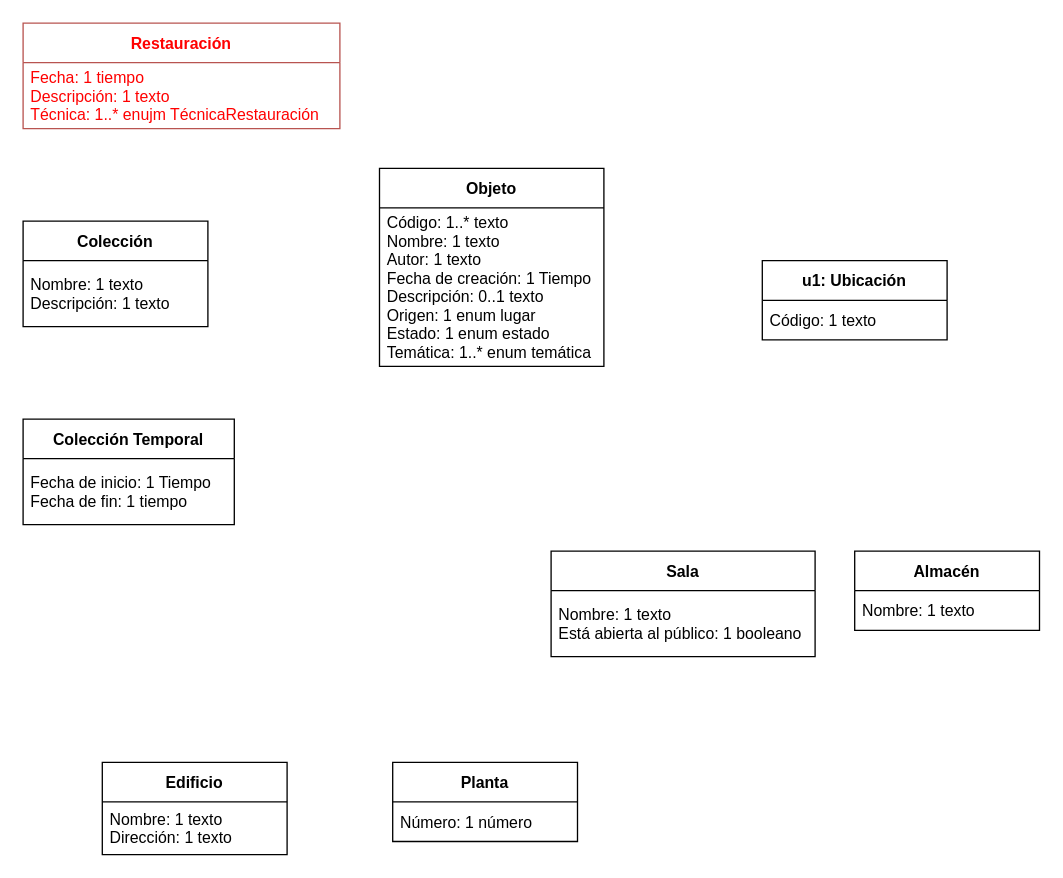
The draw.io diagram Ejercicio 19.drawio in ESTHERRODRIGUEZGARCIA/TrabajoGrupal1-EDA, before the edit. Source tidied: cells renumbered, new cells numbered last; positions are measured from the earlier drawing's top-left corner, leaving out a move shared by most shapes. Both pictures are drawn from the tidied source at 132%, with x=0, y=0 at pixel (22, 22).
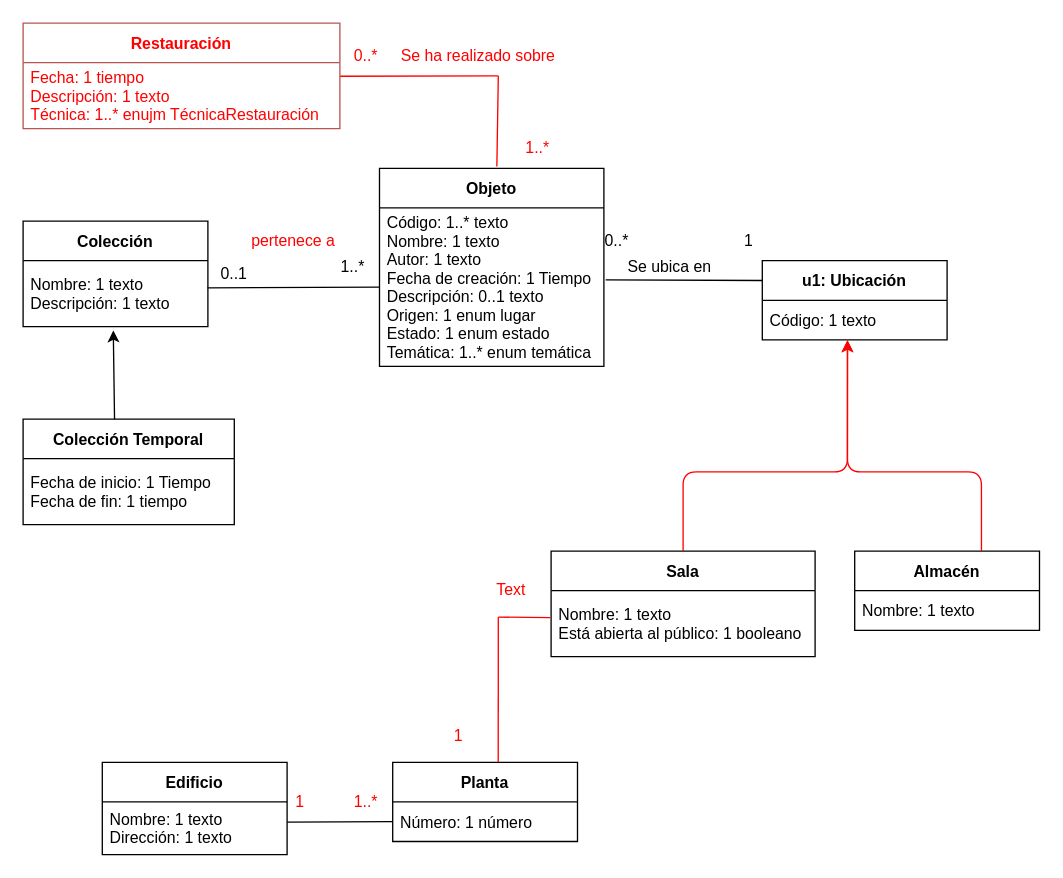
The same diagram, later.

Unchanged cells that the change refers to:
```xml
<mxCell id="3" value="Fecha: 1 tiempo&#10;Descripción: 1 texto&#10;Técnica: 1..* enujm TécnicaRestauración" style="text;strokeColor=none;fillColor=none;align=left;verticalAlign=middle;spacingLeft=4;spacingRight=4;overflow=hidden;points=[[0,0.5],[1,0.5]];portConstraint=eastwest;fontColor=#FF0000;" parent="2" vertex="1">
  <mxGeometry y="30" width="240" height="50" as="geometry" />
</mxCell>
<mxCell id="4" value="Objeto" style="swimlane;fontStyle=1;horizontal=1;startSize=30;fillColor=none;" parent="1" vertex="1">
  <mxGeometry x="270" y="110" width="170" height="150" as="geometry" />
</mxCell>
<mxCell id="5" value="Código: 1..* texto&#10;Nombre: 1 texto&#10;Autor: 1 texto&#10;Fecha de creación: 1 Tiempo&#10;Descripción: 0..1 texto&#10;Origen: 1 enum lugar&#10;Estado: 1 enum estado&#10;Temática: 1..* enum temática" style="text;strokeColor=none;fillColor=none;align=left;verticalAlign=middle;spacingLeft=4;spacingRight=4;overflow=hidden;points=[[0,0.5],[1,0.5]];portConstraint=eastwest;fontColor=#000000;" parent="4" vertex="1">
  <mxGeometry y="30" width="170" height="120" as="geometry" />
</mxCell>
<mxCell id="6" value="u1: Ubicación" style="swimlane;fontStyle=1;horizontal=1;startSize=30;fillColor=none;" parent="1" vertex="1">
  <mxGeometry x="560" y="180" width="140" height="60" as="geometry" />
</mxCell>
<mxCell id="7" value="Código: 1 texto" style="text;strokeColor=none;fillColor=none;align=left;verticalAlign=middle;spacingLeft=4;spacingRight=4;overflow=hidden;points=[[0,0.5],[1,0.5]];portConstraint=eastwest;" parent="6" vertex="1">
  <mxGeometry y="30" width="140" height="30" as="geometry" />
</mxCell>
<mxCell id="8" value="Almacén" style="swimlane;fontStyle=1;horizontal=1;startSize=30;fillColor=none;" parent="1" vertex="1">
  <mxGeometry x="630" y="400" width="140" height="60" as="geometry" />
</mxCell>
<mxCell id="10" value="Sala" style="swimlane;fontStyle=1;horizontal=1;startSize=30;fillColor=none;" parent="1" vertex="1">
  <mxGeometry x="400" y="400" width="200" height="80" as="geometry" />
</mxCell>
<mxCell id="11" value="Nombre: 1 texto&#10;Está abierta al público: 1 booleano" style="text;strokeColor=none;fillColor=none;align=left;verticalAlign=middle;spacingLeft=4;spacingRight=4;overflow=hidden;points=[[0,0.5],[1,0.5]];portConstraint=eastwest;" parent="10" vertex="1">
  <mxGeometry y="30" width="200" height="50" as="geometry" />
</mxCell>
<mxCell id="12" value="Planta" style="swimlane;fontStyle=1;horizontal=1;startSize=30;fillColor=none;" parent="1" vertex="1">
  <mxGeometry x="280" y="560" width="140" height="60" as="geometry" />
</mxCell>
<mxCell id="13" value="Número: 1 número" style="text;strokeColor=none;fillColor=none;align=left;verticalAlign=middle;spacingLeft=4;spacingRight=4;overflow=hidden;points=[[0,0.5],[1,0.5]];portConstraint=eastwest;" parent="12" vertex="1">
  <mxGeometry y="30" width="140" height="30" as="geometry" />
</mxCell>
<mxCell id="15" value="Nombre: 1 texto&#10;Descripción: 1 texto" style="text;strokeColor=none;fillColor=none;align=left;verticalAlign=middle;spacingLeft=4;spacingRight=4;overflow=hidden;points=[[0,0.5],[1,0.5]];portConstraint=eastwest;" parent="14" vertex="1">
  <mxGeometry y="30" width="140" height="50" as="geometry" />
</mxCell>
<mxCell id="16" value="Colección Temporal" style="swimlane;fontStyle=1;horizontal=1;startSize=30;fillColor=none;" parent="1" vertex="1">
  <mxGeometry y="300" width="160" height="80" as="geometry" />
</mxCell>
<mxCell id="19" value="Nombre: 1 texto&#10;Dirección: 1 texto" style="text;strokeColor=none;fillColor=none;align=left;verticalAlign=middle;spacingLeft=4;spacingRight=4;overflow=hidden;points=[[0,0.5],[1,0.5]];portConstraint=eastwest;" parent="18" vertex="1">
  <mxGeometry y="30" width="140" height="40" as="geometry" />
</mxCell>
```

The edit, as a diff of the source:
```diff
@@
+    <mxCell id="20" style="endArrow=none;html=1;fontColor=#000000;strokeColor=#FF0000;exitX=1.001;exitY=0.205;exitDx=0;exitDy=0;exitPerimeter=0;" parent="1" edge="1" source="3">
+      <mxGeometry relative="1" as="geometry">
+        <mxPoint x="360" y="40" as="targetPoint" />
+      </mxGeometry>
+    </mxCell>
+    <mxCell id="21" style="endArrow=none;html=1;fontColor=#000000;strokeColor=#FF0000;exitX=0.523;exitY=-0.009;exitDx=0;exitDy=0;exitPerimeter=0;" parent="1" edge="1" source="4">
+      <mxGeometry relative="1" as="geometry">
+        <mxPoint x="360" y="40" as="targetPoint" />
+      </mxGeometry>
+    </mxCell>
+    <mxCell id="22" style="endArrow=none;html=1;fontColor=#000000;strokeColor=#FF0000;exitX=0.571;exitY=-0.005;exitDx=0;exitDy=0;exitPerimeter=0;" parent="1" edge="1" source="12">
+      <mxGeometry relative="1" as="geometry">
+        <mxPoint x="360" y="450" as="targetPoint" />
+      </mxGeometry>
+    </mxCell>
+    <mxCell id="23" style="endArrow=none;html=1;fontColor=#000000;strokeColor=#FF0000;entryX=-0.004;entryY=0.409;entryDx=0;entryDy=0;entryPerimeter=0;" parent="1" edge="1" target="11">
+      <mxGeometry relative="1" as="geometry">
+        <mxPoint x="360" y="450" as="sourcePoint" />
+      </mxGeometry>
+    </mxCell>
+    <mxCell id="24" style="edgeStyle=segmentEdgeStyle;endArrow=classic;html=1;fontColor=#000000;strokeColor=#FF0000;entryX=0.461;entryY=1.004;entryDx=0;entryDy=0;entryPerimeter=0;exitX=0.5;exitY=0;exitDx=0;exitDy=0;" parent="1" edge="1" source="10" target="7">
+      <mxGeometry relative="1" as="geometry">
+        <Array as="points">
+          <mxPoint x="500" y="340" />
+          <mxPoint x="625" y="340" />
+        </Array>
+      </mxGeometry>
+    </mxCell>
+    <mxCell id="25" style="edgeStyle=segmentEdgeStyle;endArrow=classic;html=1;fontColor=#000000;strokeColor=#FF0000;entryX=0.461;entryY=1.018;entryDx=0;entryDy=0;entryPerimeter=0;exitX=0.686;exitY=0.002;exitDx=0;exitDy=0;exitPerimeter=0;" parent="1" edge="1" source="8" target="7">
+      <mxGeometry relative="1" as="geometry">
+        <Array as="points">
+          <mxPoint x="726" y="340" />
+          <mxPoint x="625" y="340" />
+        </Array>
+      </mxGeometry>
+    </mxCell>
+    <mxCell id="26" style="endArrow=none;html=1;fontColor=#000000;strokeColor=#000000;entryX=0;entryY=0.25;entryDx=0;entryDy=0;exitX=1.008;exitY=0.454;exitDx=0;exitDy=0;exitPerimeter=0;" parent="1" edge="1" source="5" target="6">
+      <mxGeometry relative="1" as="geometry" />
+    </mxCell>
+    <mxCell id="27" style="endArrow=none;html=1;fontColor=#000000;strokeColor=#000000;exitX=1;exitY=0.382;exitDx=0;exitDy=0;exitPerimeter=0;entryX=0;entryY=0.5;entryDx=0;entryDy=0;" parent="1" edge="1" source="19" target="13">
+      <mxGeometry relative="1" as="geometry" />
+    </mxCell>
+    <mxCell id="28" style="endArrow=classic;html=1;fontColor=#000000;strokeColor=#000000;entryX=0.488;entryY=1.056;entryDx=0;entryDy=0;entryPerimeter=0;exitX=0.433;exitY=0.004;exitDx=0;exitDy=0;exitPerimeter=0;" parent="1" edge="1" source="16" target="15">
+      <mxGeometry relative="1" as="geometry" />
+    </mxCell>
+    <mxCell id="29" style="endArrow=none;html=1;fontColor=#000000;strokeColor=#000000;exitX=0.998;exitY=0.411;exitDx=0;exitDy=0;entryX=0;entryY=0.5;entryDx=0;entryDy=0;exitPerimeter=0;" parent="1" edge="1" source="15" target="5">
+      <mxGeometry relative="1" as="geometry" />
+    </mxCell>
+    <mxCell id="30" value="0..1" style="text;html=1;strokeColor=none;fillColor=none;align=center;verticalAlign=middle;whiteSpace=wrap;rounded=0;" parent="1" vertex="1">
+      <mxGeometry x="130" y="175" width="60" height="30" as="geometry" />
+    </mxCell>
+    <mxCell id="31" value="1..*" style="text;html=1;strokeColor=none;fillColor=none;align=center;verticalAlign=middle;whiteSpace=wrap;rounded=0;" parent="1" vertex="1">
+      <mxGeometry x="220" y="170" width="60" height="30" as="geometry" />
+    </mxCell>
+    <mxCell id="32" value="0..*" style="text;html=1;strokeColor=none;fillColor=none;align=center;verticalAlign=middle;whiteSpace=wrap;rounded=0;" parent="1" vertex="1">
+      <mxGeometry x="420" y="150" width="60" height="30" as="geometry" />
+    </mxCell>
+    <mxCell id="33" value="Se ubica en" style="text;html=1;strokeColor=none;fillColor=none;align=center;verticalAlign=middle;whiteSpace=wrap;rounded=0;" parent="1" vertex="1">
+      <mxGeometry x="450" y="170" width="80" height="30" as="geometry" />
+    </mxCell>
+    <mxCell id="34" value="1" style="text;html=1;strokeColor=none;fillColor=none;align=center;verticalAlign=middle;whiteSpace=wrap;rounded=0;" parent="1" vertex="1">
+      <mxGeometry x="520" y="150" width="60" height="30" as="geometry" />
+    </mxCell>
+    <mxCell id="35" value="0..*" style="text;html=1;strokeColor=none;fillColor=none;align=center;verticalAlign=middle;whiteSpace=wrap;rounded=0;fontColor=#FF0000;" parent="1" vertex="1">
+      <mxGeometry x="230" y="10" width="60" height="30" as="geometry" />
+    </mxCell>
+    <mxCell id="36" value="Se ha realizado sobre" style="text;html=1;strokeColor=none;fillColor=none;align=center;verticalAlign=middle;whiteSpace=wrap;rounded=0;fontColor=#FF0000;" parent="1" vertex="1">
+      <mxGeometry x="280" y="10" width="130" height="30" as="geometry" />
+    </mxCell>
+    <mxCell id="37" value="1..*" style="text;html=1;strokeColor=none;fillColor=none;align=center;verticalAlign=middle;whiteSpace=wrap;rounded=0;fontColor=#FF0000;" parent="1" vertex="1">
+      <mxGeometry x="360" y="80" width="60" height="30" as="geometry" />
+    </mxCell>
+    <mxCell id="38" value="pertenece a" style="text;html=1;strokeColor=none;fillColor=none;align=center;verticalAlign=middle;whiteSpace=wrap;rounded=0;fontColor=#FF0000;" parent="1" vertex="1">
+      <mxGeometry x="160" y="150" width="90" height="30" as="geometry" />
+    </mxCell>
+    <mxCell id="39" value="1" style="text;html=1;strokeColor=none;fillColor=none;align=center;verticalAlign=middle;whiteSpace=wrap;rounded=0;fontColor=#FF0000;" parent="1" vertex="1">
+      <mxGeometry x="180" y="575" width="60" height="30" as="geometry" />
+    </mxCell>
+    <mxCell id="40" value="1..*" style="text;html=1;strokeColor=none;fillColor=none;align=center;verticalAlign=middle;whiteSpace=wrap;rounded=0;fontColor=#FF0000;" parent="1" vertex="1">
+      <mxGeometry x="230" y="575" width="60" height="30" as="geometry" />
+    </mxCell>
+    <mxCell id="41" value="1" style="text;html=1;strokeColor=none;fillColor=none;align=center;verticalAlign=middle;whiteSpace=wrap;rounded=0;fontColor=#FF0000;" parent="1" vertex="1">
+      <mxGeometry x="300" y="525" width="60" height="30" as="geometry" />
+    </mxCell>
+    <mxCell id="42" value="Text" style="text;html=1;strokeColor=none;fillColor=none;align=center;verticalAlign=middle;whiteSpace=wrap;rounded=0;fontColor=#FF0000;" parent="1" vertex="1">
+      <mxGeometry x="340" y="415" width="60" height="30" as="geometry" />
+    </mxCell>
```
